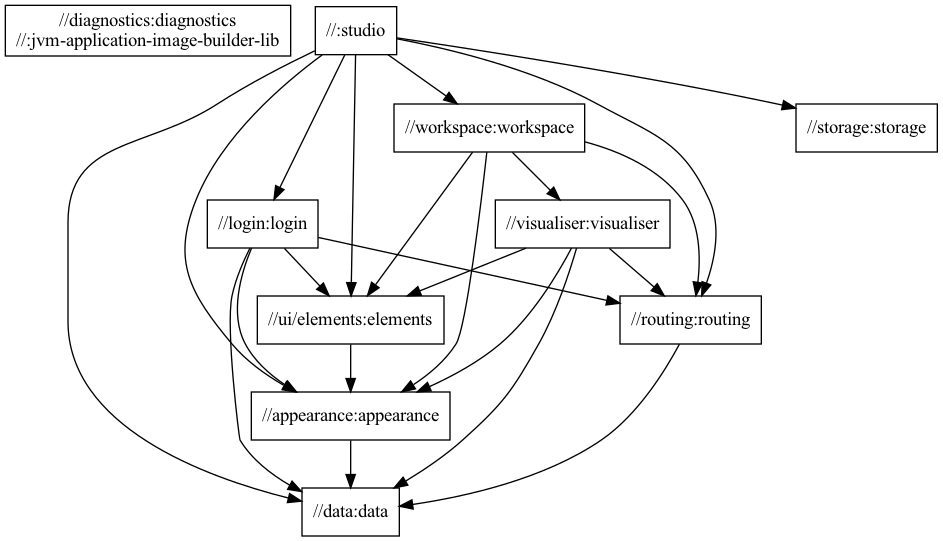
The Graphviz diagram docs/package-structure.png in typedb/typedb-studio, before a commit. Its source is kept beside it as docs/package-structure.dot. Its diagram source:
```dot
digraph mygraph {
  node [shape=box];
  "//diagnostics:diagnostics\n//:jvm-application-image-builder-lib"
  "//:studio"
  "//:studio" -> "//appearance:appearance"
  "//:studio" -> "//workspace:workspace"
  "//:studio" -> "//data:data"
  "//:studio" -> "//login:login"
  "//:studio" -> "//routing:routing"
  "//:studio" -> "//storage:storage"
  "//:studio" -> "//ui/elements:elements"
  "//storage:storage"
  "//login:login"
  "//login:login" -> "//appearance:appearance"
  "//login:login" -> "//data:data"
  "//login:login" -> "//routing:routing"
  "//login:login" -> "//ui/elements:elements"
  "//workspace:workspace"
  "//workspace:workspace" -> "//appearance:appearance"
  "//workspace:workspace" -> "//routing:routing"
  "//workspace:workspace" -> "//ui/elements:elements"
  "//workspace:workspace" -> "//visualiser:visualiser"
  "//visualiser:visualiser"
  "//visualiser:visualiser" -> "//appearance:appearance"
  "//visualiser:visualiser" -> "//data:data"
  "//visualiser:visualiser" -> "//routing:routing"
  "//visualiser:visualiser" -> "//ui/elements:elements"
  "//ui/elements:elements"
  "//ui/elements:elements" -> "//appearance:appearance"
  "//routing:routing"
  "//routing:routing" -> "//data:data"
  "//appearance:appearance"
  "//appearance:appearance" -> "//data:data"
  "//data:data"
}
```
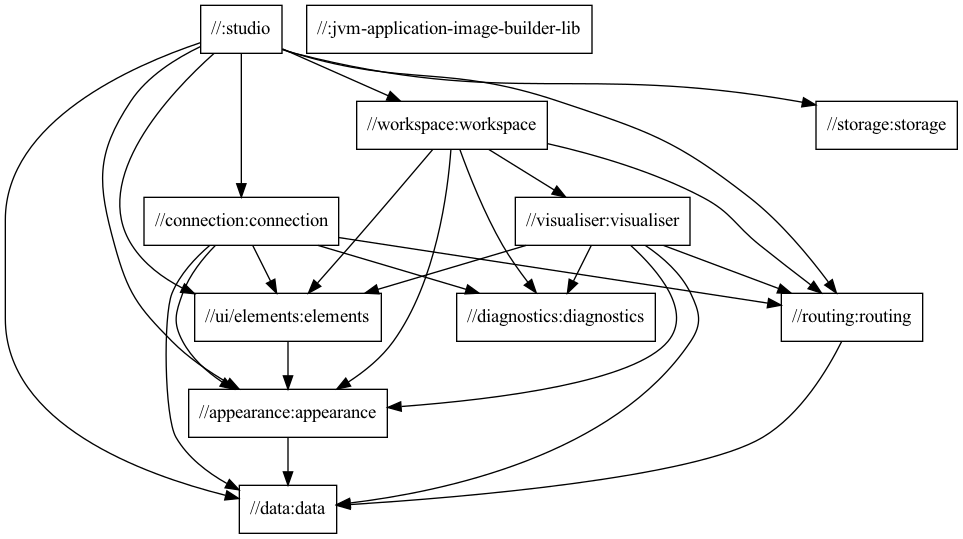
The same diagram one commit later.

Commit message:
Renamed //login to //connection

Diff of the diagram source:
```diff
@@ -1,34 +1,38 @@
 digraph mygraph {
   node [shape=box];
-  "//diagnostics:diagnostics\n//:jvm-application-image-builder-lib"
   "//:studio"
   "//:studio" -> "//appearance:appearance"
   "//:studio" -> "//workspace:workspace"
+  "//:studio" -> "//connection:connection"
   "//:studio" -> "//data:data"
-  "//:studio" -> "//login:login"
+  "//:studio" -> "//storage:storage"
   "//:studio" -> "//routing:routing"
-  "//:studio" -> "//storage:storage"
   "//:studio" -> "//ui/elements:elements"
+  "//connection:connection"
+  "//connection:connection" -> "//appearance:appearance"
+  "//connection:connection" -> "//data:data"
+  "//connection:connection" -> "//diagnostics:diagnostics"
+  "//connection:connection" -> "//routing:routing"
+  "//connection:connection" -> "//ui/elements:elements"
   "//storage:storage"
-  "//login:login"
-  "//login:login" -> "//appearance:appearance"
-  "//login:login" -> "//data:data"
-  "//login:login" -> "//routing:routing"
-  "//login:login" -> "//ui/elements:elements"
   "//workspace:workspace"
   "//workspace:workspace" -> "//appearance:appearance"
+  "//workspace:workspace" -> "//diagnostics:diagnostics"
   "//workspace:workspace" -> "//routing:routing"
   "//workspace:workspace" -> "//ui/elements:elements"
   "//workspace:workspace" -> "//visualiser:visualiser"
   "//visualiser:visualiser"
   "//visualiser:visualiser" -> "//appearance:appearance"
   "//visualiser:visualiser" -> "//data:data"
+  "//visualiser:visualiser" -> "//diagnostics:diagnostics"
   "//visualiser:visualiser" -> "//routing:routing"
   "//visualiser:visualiser" -> "//ui/elements:elements"
   "//ui/elements:elements"
   "//ui/elements:elements" -> "//appearance:appearance"
   "//routing:routing"
   "//routing:routing" -> "//data:data"
+  "//diagnostics:diagnostics"
+  "//:jvm-application-image-builder-lib"
   "//appearance:appearance"
   "//appearance:appearance" -> "//data:data"
   "//data:data"
```
